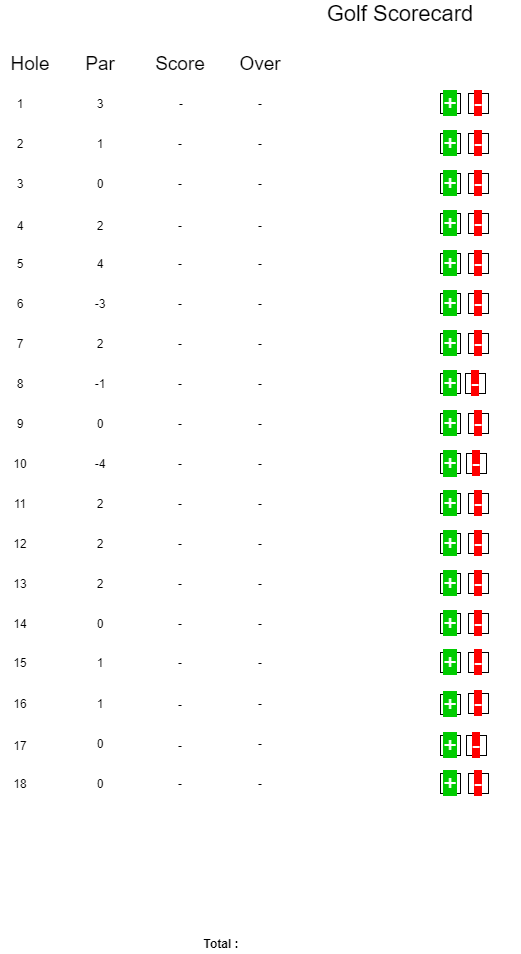
Before: assignments/assignment03.png, a diagram exported from draw.io (flyingbluebird59/flyingbluebird59.github.io). Source tidied: cells renumbered, new cells last; positions are measured from the earlier drawing's top-left corner, leaving out a move shared by most shapes.
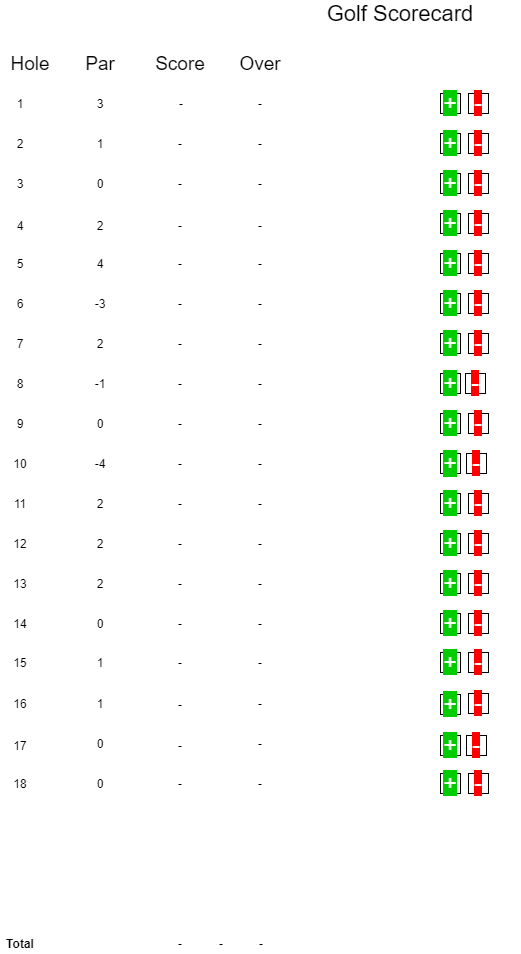
After the commit.

The edit, as a diff of the source:
```diff
@@ -341,8 +341,17 @@
     <mxCell id="114" value="0" style="text;html=1;strokeColor=none;fillColor=none;align=center;verticalAlign=middle;whiteSpace=wrap;rounded=0;labelBackgroundColor=none;" parent="1" vertex="1">
       <mxGeometry x="80" y="770" width="40" height="20" as="geometry" />
     </mxCell>
-    <mxCell id="115" value="&lt;font size=&quot;1&quot;&gt;&lt;b style=&quot;font-size: 12px&quot;&gt;Total :&lt;/b&gt;&lt;/font&gt;" style="text;html=1;strokeColor=none;fillColor=none;align=center;verticalAlign=middle;whiteSpace=wrap;rounded=0;labelBackgroundColor=#FFFFFF;" parent="1" vertex="1">
-      <mxGeometry x="201" y="930" width="40" height="20" as="geometry" />
+    <mxCell id="115" value="&lt;font size=&quot;1&quot;&gt;&lt;b style=&quot;font-size: 12px&quot;&gt;Total&lt;/b&gt;&lt;/font&gt;" style="text;html=1;strokeColor=none;fillColor=none;align=center;verticalAlign=middle;whiteSpace=wrap;rounded=0;labelBackgroundColor=#FFFFFF;" parent="1" vertex="1">
+      <mxGeometry y="930" width="40" height="20" as="geometry" />
     </mxCell>
+    <mxCell id="116" value="-" style="text;html=1;strokeColor=none;fillColor=none;align=center;verticalAlign=middle;whiteSpace=wrap;rounded=0;labelBackgroundColor=none;" parent="1" vertex="1">
+      <mxGeometry x="160" y="930" width="40" height="20" as="geometry" />
+    </mxCell>
+    <mxCell id="117" value="-" style="text;html=1;strokeColor=none;fillColor=none;align=center;verticalAlign=middle;whiteSpace=wrap;rounded=0;labelBackgroundColor=none;" parent="1" vertex="1">
+      <mxGeometry x="201" y="930" width="40" height="20" as="geometry" />
+    </mxCell>
+    <mxCell id="118" value="-" style="text;html=1;strokeColor=none;fillColor=none;align=center;verticalAlign=middle;whiteSpace=wrap;rounded=0;labelBackgroundColor=none;" parent="1" vertex="1">
+      <mxGeometry x="241" y="930" width="40" height="20" as="geometry" />
+    </mxCell>
   </root>
 </mxGraphModel>
```
